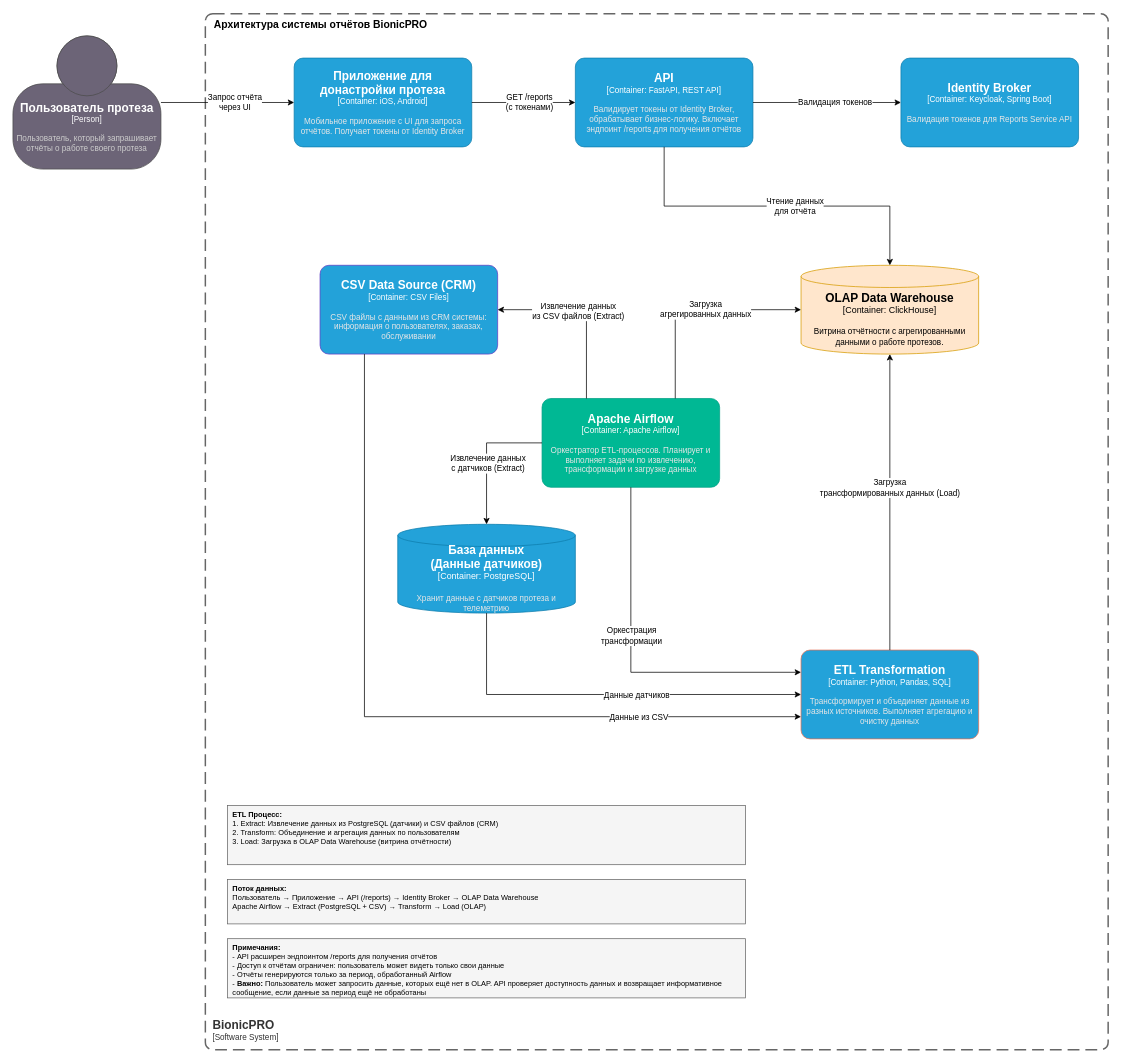
The draw.io diagram reports/Task2.1_BionicPRO_C4_model.drawio_REPORTS.drawio in Yandex-Practicum/architecture-sprint-8, before the edit. Source tidied: cells renumbered, new cells numbered last; positions are measured from the earlier drawing's top-left corner, leaving out a move shared by most shapes. Both pictures are drawn from the tidied source at 74%, with x=0, y=0 at pixel (13, 13).
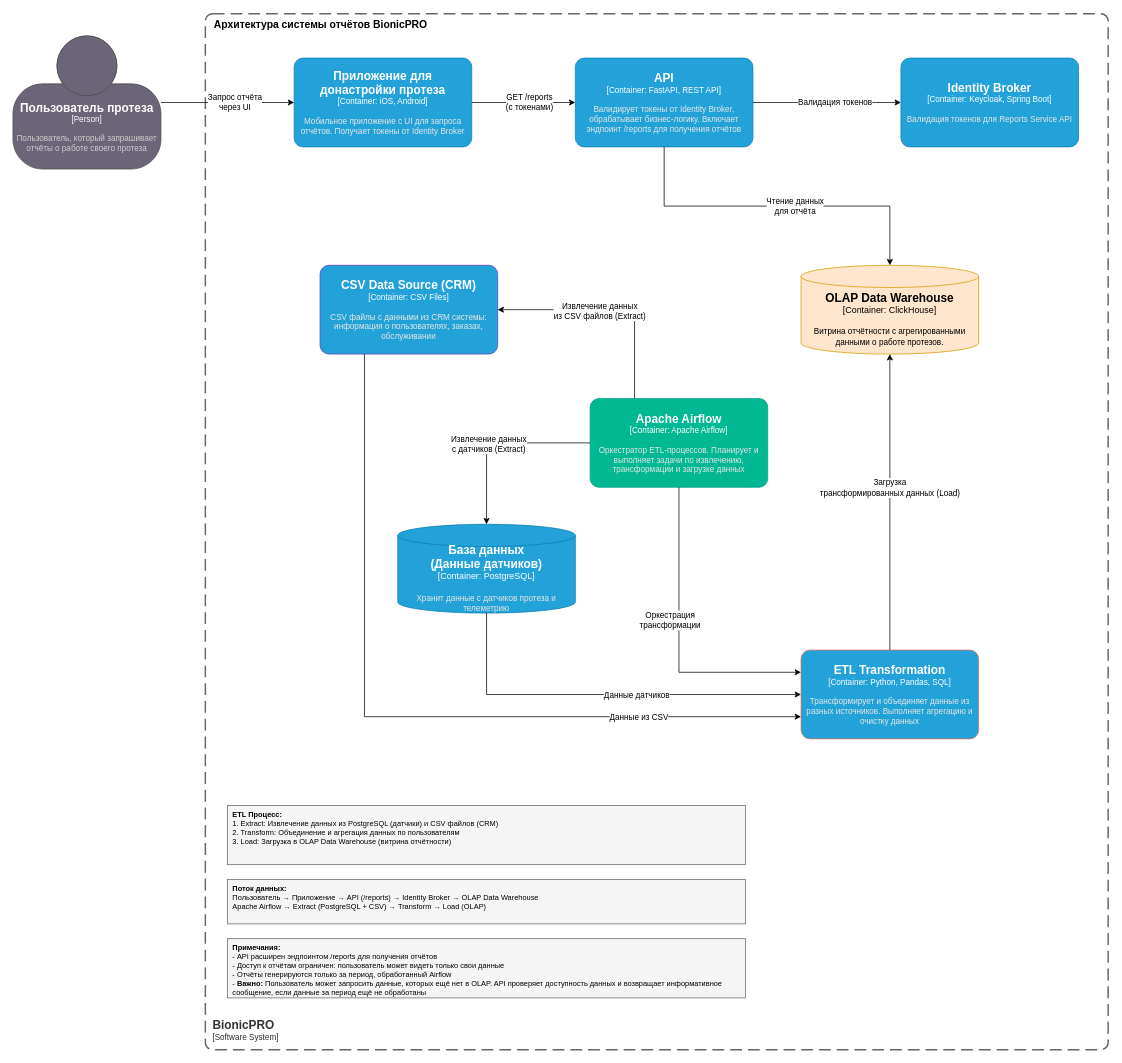
After the change.

Commit message (it also covers changes not shown here):
Task2.2 add test data and reorder files

The change refers to these unchanged cells:
```xml
<object id="10" label="&lt;font style=&quot;font-size: 16px&quot;&gt;&lt;b&gt;%c4Name%&lt;/b&gt;&lt;/font&gt;&lt;div&gt;[%c4Type%: %c4Technology%]&lt;/div&gt;&lt;br&gt;&lt;div&gt;&lt;font style=&quot;font-size: 11px&quot;&gt;&lt;font&gt;%c4Description%&lt;/font&gt;&lt;/font&gt;&lt;/div&gt;" c4Description="Витрина отчётности с агрегированными данными о работе протезов." c4Name="OLAP Data Warehouse" c4Technology="ClickHouse" c4Type="Container" placeholders="1">
  <mxCell style="shape=cylinder3;size=15;whiteSpace=wrap;html=1;boundedLbl=1;rounded=0;labelBackgroundColor=none;fillColor=#ffe6cc;fontSize=12;align=center;strokeColor=#d79b00;points=[[0.5,0,0],[1,0.25,0],[1,0.5,0],[1,0.75,0],[0.5,1,0],[0,0.75,0],[0,0.5,0],[0,0.25,0]];fontColor=default;" parent="1" vertex="1">
    <mxGeometry x="1065" y="340" width="240" height="120" as="geometry" />
  </mxCell>
</object>
```

Diff of the diagram source:
```diff
@@
     <object id="13" label="&lt;font style=&quot;font-size: 16px&quot;&gt;&lt;b&gt;%c4Name%&lt;/b&gt;&lt;/font&gt;&lt;div&gt;[%c4Type%: %c4Technology%]&lt;/div&gt;&lt;br&gt;&lt;div&gt;&lt;font style=&quot;font-size: 11px&quot;&gt;&lt;font color=&quot;#E6E6E6&quot;&gt;%c4Description%&lt;/font&gt;&lt;/div&gt;" c4Description="Оркестратор ETL-процессов. Планирует и выполняет задачи по извлечению, трансформации и загрузке данных" c4Name="Apache Airflow" c4Technology="Apache Airflow" c4Type="Container" placeholders="1">
       <mxCell style="rounded=1;whiteSpace=wrap;html=1;fontSize=11;labelBackgroundColor=none;fillColor=#00B894;fontColor=#ffffff;align=center;arcSize=10;strokeColor=#00A085;points=[[0.25,0,0],[0.5,0,0],[0.75,0,0],[1,0.25,0],[1,0.5,0],[1,0.75,0],[0.75,1,0],[0.5,1,0],[0.25,1,0],[0,0.75,0],[0,0.5,0],[0,0.25,0]];" parent="1" vertex="1">
-        <mxGeometry x="715" y="520" width="240" height="120" as="geometry" />
+        <mxGeometry x="780" y="520" width="240" height="120" as="geometry" />
       </mxCell>
     </object>
-    <mxCell id="14" style="rounded=0;jettySize=auto;html=1;edgeStyle=orthogonalEdgeStyle;entryX=0;entryY=0.5;entryDx=0;entryDy=0;entryPerimeter=0;exitX=0.75;exitY=0;exitDx=0;exitDy=0;exitPerimeter=0;" parent="1" edge="1" source="13" target="10">
-      <mxGeometry relative="1" as="geometry" />
-    </mxCell>
-    <mxCell id="15" value="Загрузка&lt;br&gt;агрегированных данных" style="edgeLabel;html=1;align=center;verticalAlign=middle;" parent="14" vertex="1">
-      <mxGeometry x="0.1" y="1" relative="1" as="geometry" />
-    </mxCell>
```
